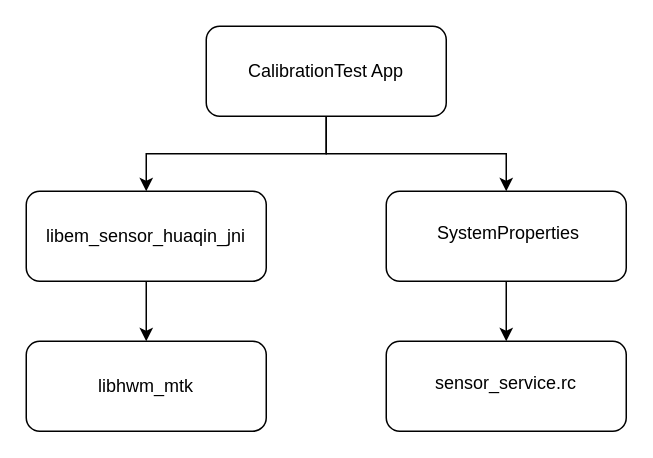
This is page "Page-2" (2 of 2) of 未命名绘图.drawio from LBACK1912/chart, a draw.io file, before an edit. Source tidied: cells renumbered, new cells numbered last; positions are measured from the earlier drawing's top-left corner, leaving out a move shared by most shapes. Both pictures are drawn from the tidied source at 150%, with x=0, y=0 at pixel (26, 26).
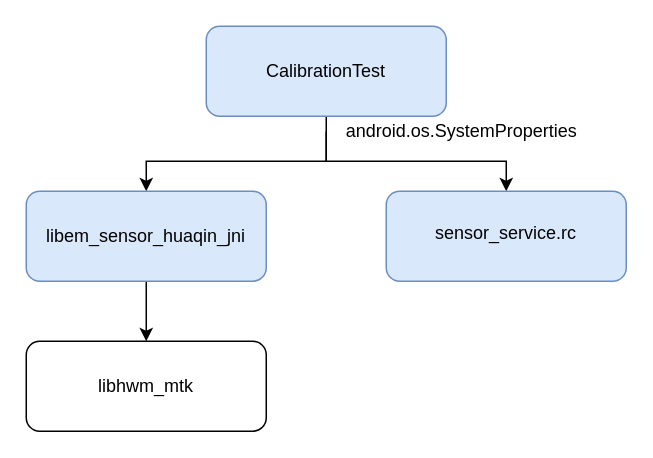
The same page after the edit.

The edit, as a diff of the source:
```diff
@@
 <mxGraphModel>
   <root>
     <mxCell id="0" />
     <mxCell id="1" parent="0" />
-    <mxCell id="2" style="edgeStyle=orthogonalEdgeStyle;rounded=0;jettySize=auto;html=1;" parent="1" edge="1" source="4" target="10">
-      <mxGeometry relative="1" as="geometry" />
+    <mxCell id="2" style="edgeStyle=orthogonalEdgeStyle;rounded=0;orthogonalLoop=1;jettySize=auto;html=1;" parent="1" edge="1">
+      <mxGeometry relative="1" as="geometry">
+        <mxPoint x="200" y="70" as="sourcePoint" />
+        <mxPoint x="320" y="110" as="targetPoint" />
+        <Array as="points">
+          <mxPoint x="200" y="90" />
+          <mxPoint x="320" y="90" />
+        </Array>
+      </mxGeometry>
     </mxCell>
     <mxCell id="3" style="edgeStyle=orthogonalEdgeStyle;rounded=0;jettySize=auto;html=1;entryX=0.5;entryY=0;entryDx=0;entryDy=0;" parent="1" edge="1" source="4" target="6">
-      <mxGeometry relative="1" as="geometry" />
+      <mxGeometry relative="1" as="geometry">
+        <Array as="points">
+          <mxPoint x="200" y="90" />
+          <mxPoint x="80" y="90" />
+        </Array>
+      </mxGeometry>
     </mxCell>
-    <mxCell id="4" value="CalibrationTest App" style="rounded=1;whiteSpace=wrap;html=1;" parent="1" vertex="1">
+    <mxCell id="4" value="CalibrationTest " style="rounded=1;whiteSpace=wrap;html=1;fillColor=#dae8fc;strokeColor=#6c8ebf;" parent="1" vertex="1">
       <mxGeometry x="120" width="160" height="60" as="geometry" />
     </mxCell>
     <mxCell id="5" style="edgeStyle=orthogonalEdgeStyle;rounded=0;jettySize=auto;html=1;" parent="1" edge="1" source="6" target="7">
       <mxGeometry relative="1" as="geometry" />
     </mxCell>
-    <mxCell id="6" value="libem_sensor_huaqin_jni" style="rounded=1;whiteSpace=wrap;html=1;" parent="1" vertex="1">
+    <mxCell id="6" value="libem_sensor_huaqin_jni" style="rounded=1;whiteSpace=wrap;html=1;fillColor=#dae8fc;strokeColor=#6c8ebf;" parent="1" vertex="1">
       <mxGeometry y="110" width="160" height="60" as="geometry" />
     </mxCell>
     <mxCell id="7" value="libhwm_mtk" style="rounded=1;whiteSpace=wrap;html=1;" parent="1" vertex="1">
       <mxGeometry y="210" width="160" height="60" as="geometry" />
     </mxCell>
-    <mxCell id="8" value="&lt;br&gt;&lt;div&gt;sensor_service.rc&lt;/div&gt;" style="rounded=1;whiteSpace=wrap;html=1;align=center;verticalAlign=top;" parent="1" vertex="1">
-      <mxGeometry x="240" y="210" width="160" height="60" as="geometry" />
+    <mxCell id="8" value="&lt;br&gt;&lt;div&gt;sensor_service.rc&lt;/div&gt;" style="rounded=1;whiteSpace=wrap;html=1;align=center;verticalAlign=top;fillColor=#dae8fc;strokeColor=#6c8ebf;" parent="1" vertex="1">
+      <mxGeometry x="240" y="110" width="160" height="60" as="geometry" />
     </mxCell>
-    <mxCell id="9" style="edgeStyle=orthogonalEdgeStyle;rounded=0;jettySize=auto;html=1;entryX=0.5;entryY=0;entryDx=0;entryDy=0;" parent="1" edge="1" source="10" target="8">
-      <mxGeometry relative="1" as="geometry" />
-    </mxCell>
-    <mxCell id="10" value="&lt;div&gt;&lt;br&gt;&lt;/div&gt;&lt;div&gt;&amp;nbsp;SystemProperties&lt;/div&gt;" style="rounded=1;whiteSpace=wrap;html=1;verticalAlign=top;" parent="1" vertex="1">
-      <mxGeometry x="240" y="110" width="160" height="60" as="geometry" />
-    </mxCell>
+    <mxCell id="11" value="android.os.SystemProperties" style="text;html=1;align=center;verticalAlign=middle;" parent="1" vertex="1">
+      <mxGeometry x="200" y="60" width="180" height="20" as="geometry" />
+    </mxCell>
   </root>
 </mxGraphModel>
```
